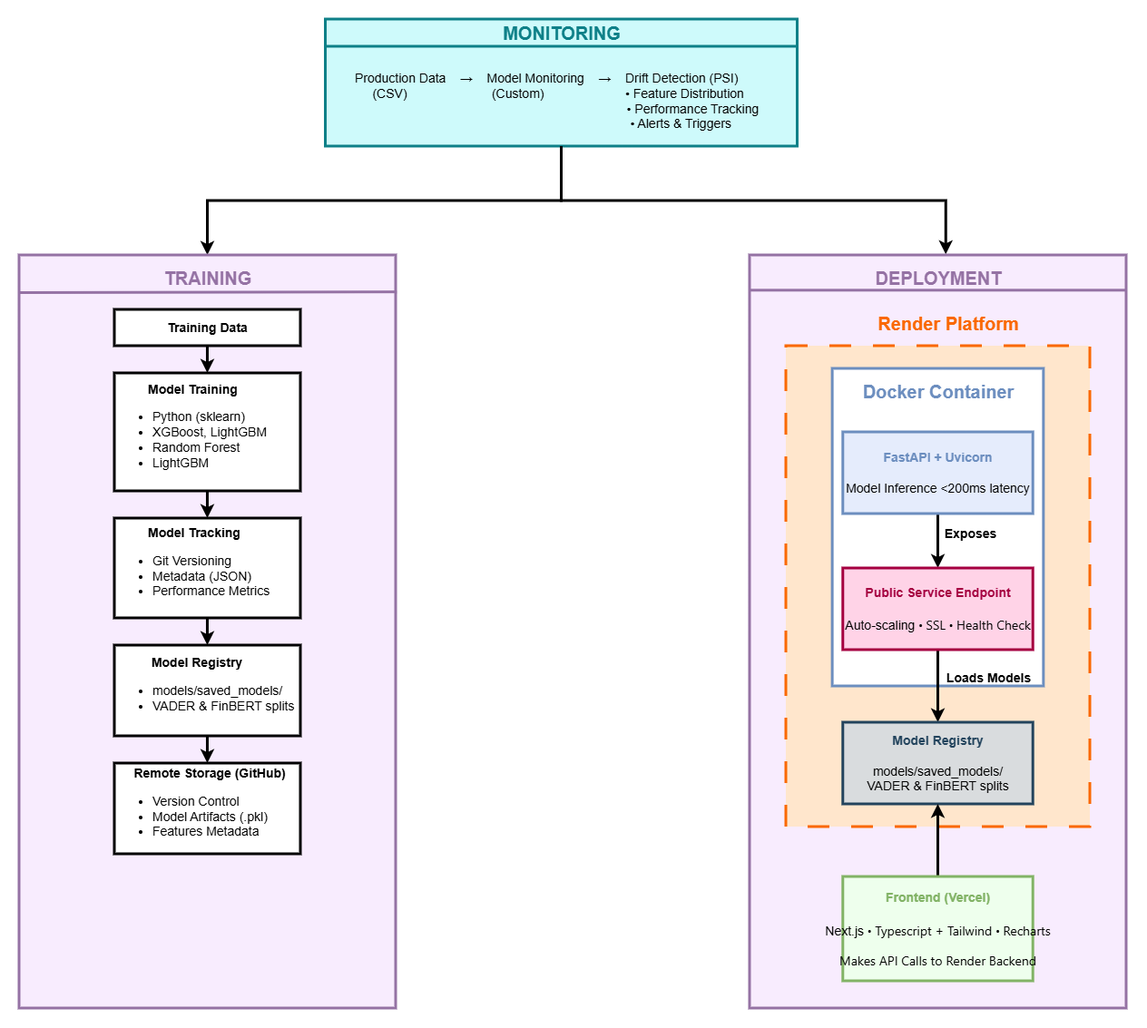
Before: assets/Full-MLOps-Stack.png, a diagram exported from draw.io (AhmedIsmailKhalid/Enhanced-News-Sentiment-Analysis-for-Bitcoin-Price-Prediction). Source tidied: cells renumbered, new cells last; positions are measured from the earlier drawing's top-left corner, leaving out a move shared by most shapes.
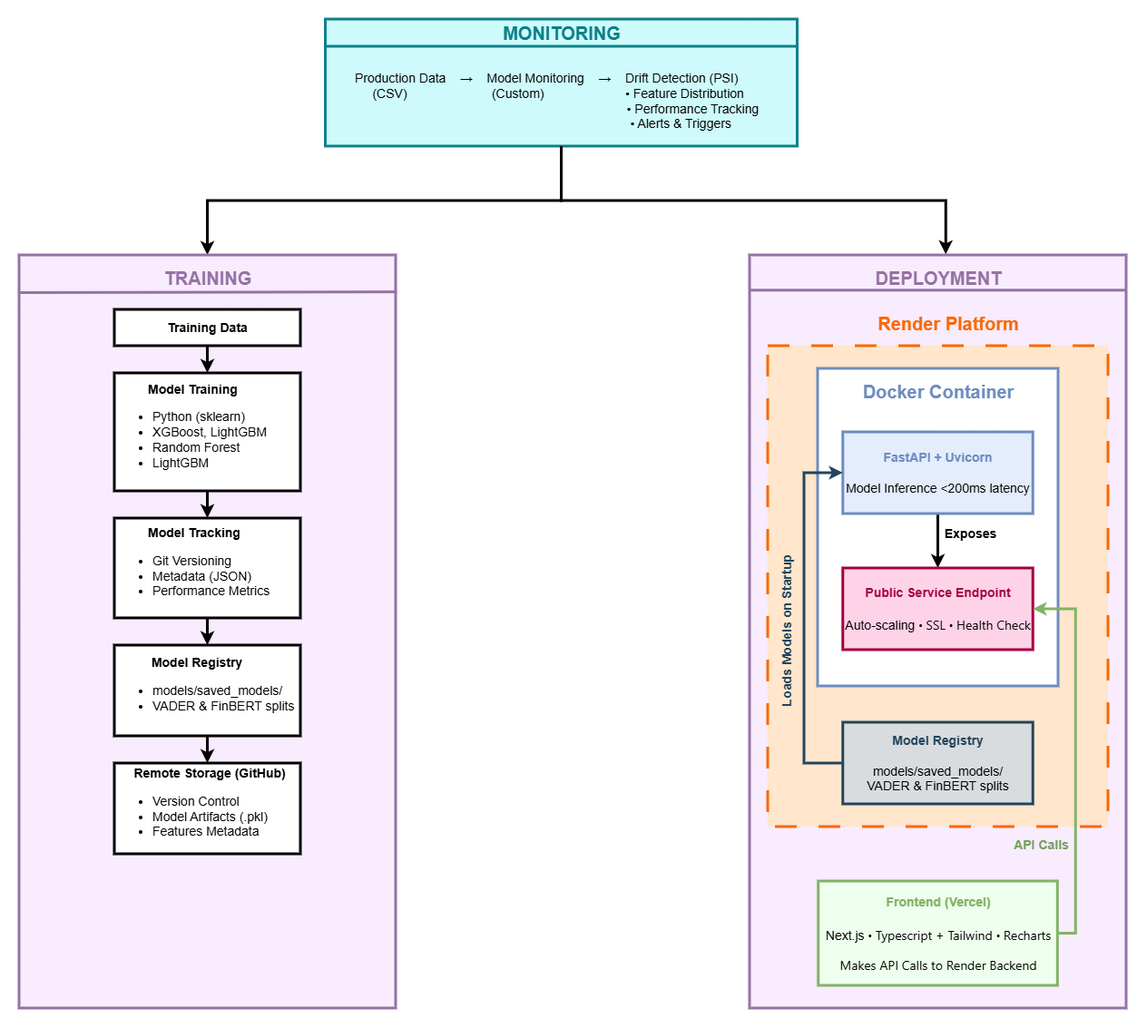
The same diagram one commit later.

The edit, as a diff of the source:
```diff
@@ -5,12 +5,12 @@
     <mxCell id="2" style="rounded=0;whiteSpace=wrap;html=1;strokeWidth=3;fillColor=#CEFAFB;strokeColor=#0E8088;" parent="1" vertex="1">
       <mxGeometry x="337.5" width="520" height="140" as="geometry" />
     </mxCell>
-    <mxCell id="3" style="endArrow=none;html=1;rounded=0;exitX=0;exitY=0.25;exitDx=0;exitDy=0;entryX=1;entryY=0.25;entryDx=0;entryDy=0;strokeWidth=3;strokeColor=#0E8088;fillColor=#dae8fc;fontColor=#0E8088;" parent="1" edge="1">
-      <mxGeometry relative="1" as="geometry">
-        <mxPoint x="337.5" y="30" as="sourcePoint" />
-        <mxPoint x="857.5" y="30" as="targetPoint" />
-      </mxGeometry>
-    </mxCell>
+    <mxCell id="40" style="endArrow=none;html=1;rounded=0;exitX=0;exitY=0.25;exitDx=0;exitDy=0;entryX=1;entryY=0.25;entryDx=0;entryDy=0;strokeWidth=3;strokeColor=#0E8088;fillColor=#dae8fc;fontColor=#0E8088;" parent="1" edge="1">
+      <mxGeometry relative="1" as="geometry">
+        <mxPoint x="337.5" y="30" as="sourcePoint" />
+        <mxPoint x="857.5" y="30" as="targetPoint" />
+      </mxGeometry>
+    </mxCell>
     <mxCell id="4" value="&lt;font&gt;MONITORING&lt;/font&gt;" style="text;html=1;whiteSpace=wrap;strokeColor=none;fillColor=none;align=center;verticalAlign=middle;rounded=0;fontSize=20;fontStyle=1;fontColor=#0E8088;" parent="1" vertex="1">
       <mxGeometry x="467.5" width="260" height="30" as="geometry" />
     </mxCell>
@@ -20,18 +20,18 @@
     <mxCell id="6" value="&lt;font style=&quot;font-size: 14px;&quot;&gt;Production Data&amp;nbsp; &amp;nbsp; →&amp;nbsp; &amp;nbsp; Model Monitoring&amp;nbsp; &amp;nbsp; →&amp;nbsp; &amp;nbsp; Drift Detection (PSI)&lt;/font&gt;&lt;div&gt;&lt;font style=&quot;font-size: 14px;&quot;&gt;&amp;nbsp; &amp;nbsp; &amp;nbsp;(CSV)&amp;nbsp; &amp;nbsp; &amp;nbsp; &amp;nbsp; &amp;nbsp; &amp;nbsp; &amp;nbsp; &amp;nbsp; &amp;nbsp; &amp;nbsp; &amp;nbsp; &amp;nbsp; (Custom)&amp;nbsp; &amp;nbsp; &amp;nbsp; &amp;nbsp; &amp;nbsp; &amp;nbsp; &amp;nbsp; &amp;nbsp; &amp;nbsp; &amp;nbsp; &amp;nbsp; &amp;nbsp;• Feature Distribution&lt;/font&gt;&lt;/div&gt;&lt;div&gt;&lt;font style=&quot;font-size: 14px;&quot;&gt;&amp;nbsp; &amp;nbsp; &amp;nbsp; &amp;nbsp; &amp;nbsp; &amp;nbsp; &amp;nbsp; &amp;nbsp; &amp;nbsp; &amp;nbsp; &amp;nbsp; &amp;nbsp; &amp;nbsp; &amp;nbsp; &amp;nbsp; &amp;nbsp; &amp;nbsp; &amp;nbsp; &amp;nbsp; &amp;nbsp; &amp;nbsp; &amp;nbsp; &amp;nbsp; &amp;nbsp; &amp;nbsp; &amp;nbsp; &amp;nbsp; &amp;nbsp; &amp;nbsp; &amp;nbsp; &amp;nbsp; &amp;nbsp; &amp;nbsp; &amp;nbsp; &amp;nbsp; &amp;nbsp; &amp;nbsp; &amp;nbsp; &amp;nbsp;• Performance Tracking&lt;br&gt;&amp;nbsp; &amp;nbsp; &amp;nbsp; &amp;nbsp; &amp;nbsp; &amp;nbsp; &amp;nbsp; &amp;nbsp; &amp;nbsp; &amp;nbsp; &amp;nbsp; &amp;nbsp; &amp;nbsp; &amp;nbsp; &amp;nbsp; &amp;nbsp; &amp;nbsp; &amp;nbsp; &amp;nbsp; &amp;nbsp; &amp;nbsp; &amp;nbsp; &amp;nbsp; &amp;nbsp; &amp;nbsp; &amp;nbsp; &amp;nbsp; &amp;nbsp; &amp;nbsp; &amp;nbsp; &amp;nbsp; &amp;nbsp; &amp;nbsp; &amp;nbsp; &amp;nbsp; &amp;nbsp; &amp;nbsp; &amp;nbsp; &amp;nbsp; • Alerts &amp;amp; Triggers&lt;/font&gt;&lt;/div&gt;" style="text;html=1;whiteSpace=wrap;strokeColor=none;fillColor=none;align=left;verticalAlign=middle;rounded=0;" parent="1" vertex="1">
       <mxGeometry x="367.5" y="40" width="460" height="100" as="geometry" />
     </mxCell>
-    <mxCell id="7" style="endArrow=none;html=1;rounded=0;exitX=0;exitY=0.25;exitDx=0;exitDy=0;entryX=1;entryY=0.25;entryDx=0;entryDy=0;" parent="1" edge="1" source="8" target="8">
-      <mxGeometry relative="1" as="geometry" />
-    </mxCell>
+    <mxCell id="41" style="endArrow=none;html=1;rounded=0;exitX=0;exitY=0.25;exitDx=0;exitDy=0;entryX=1;entryY=0.25;entryDx=0;entryDy=0;" parent="1" edge="1" source="8" target="8">
+      <mxGeometry relative="1" as="geometry" />
+    </mxCell>
     <mxCell id="8" style="rounded=0;whiteSpace=wrap;html=1;strokeWidth=3;fillColor=#F8ECFE;strokeColor=#9572A4;" parent="1" vertex="1">
       <mxGeometry y="260" width="415" height="830" as="geometry" />
     </mxCell>
     <mxCell id="9" value="&lt;font style=&quot;&quot;&gt;&lt;b style=&quot;&quot;&gt;TRAINING&lt;/b&gt;&lt;/font&gt;" style="text;html=1;whiteSpace=wrap;strokeColor=none;fillColor=none;align=center;verticalAlign=middle;rounded=0;fontSize=20;fontColor=#9572A4;" parent="1" vertex="1">
       <mxGeometry x="122.5" y="270" width="170" height="30" as="geometry" />
     </mxCell>
-    <mxCell id="10" style="endArrow=none;html=1;rounded=0;exitX=0.001;exitY=0.05;exitDx=0;exitDy=0;entryX=1.003;entryY=0.049;entryDx=0;entryDy=0;strokeWidth=3;strokeColor=#9572A4;exitPerimeter=0;entryPerimeter=0;flowAnimation=0;shadow=0;" parent="1" edge="1" source="8" target="8">
-      <mxGeometry relative="1" as="geometry" />
-    </mxCell>
+    <mxCell id="42" style="endArrow=none;html=1;rounded=0;exitX=0.001;exitY=0.05;exitDx=0;exitDy=0;entryX=1.003;entryY=0.049;entryDx=0;entryDy=0;strokeWidth=3;strokeColor=#9572A4;exitPerimeter=0;entryPerimeter=0;flowAnimation=0;shadow=0;" parent="1" edge="1" source="8" target="8">
+      <mxGeometry relative="1" as="geometry" />
+    </mxCell>
     <mxCell id="11" style="edgeStyle=orthogonalEdgeStyle;rounded=0;jettySize=auto;html=1;strokeWidth=3;" parent="1" edge="1" source="12" target="14">
       <mxGeometry relative="1" as="geometry" />
     </mxCell>
@@ -59,11 +59,11 @@
     <mxCell id="19" value="&amp;nbsp; &amp;nbsp; &amp;nbsp;&lt;b&gt;Remote Storage (GitHub)&lt;/b&gt;&lt;div&gt;&lt;ul&gt;&lt;li&gt;Version Control&lt;/li&gt;&lt;li&gt;&lt;span style=&quot;background-color: transparent; color: light-dark(rgb(0, 0, 0), rgb(255, 255, 255));&quot;&gt;Model Artifacts (.pkl)&lt;/span&gt;&lt;/li&gt;&lt;li&gt;&lt;span style=&quot;background-color: transparent; color: light-dark(rgb(0, 0, 0), rgb(255, 255, 255));&quot;&gt;Features Metadata&lt;/span&gt;&lt;/li&gt;&lt;/ul&gt;&lt;/div&gt;" style="rounded=0;whiteSpace=wrap;html=1;fontSize=14;align=left;strokeWidth=3;" parent="1" vertex="1">
       <mxGeometry x="105" y="820" width="205" height="100" as="geometry" />
     </mxCell>
-    <mxCell id="20" style="edgeStyle=orthogonalEdgeStyle;rounded=0;jettySize=auto;html=1;strokeWidth=3;" parent="1" edge="1" target="x">
-      <mxGeometry relative="1" as="geometry">
-        <mxPoint x="777.5" y="730" as="sourcePoint" />
-      </mxGeometry>
-    </mxCell>
+    <mxCell id="43" style="edgeStyle=orthogonalEdgeStyle;rounded=0;orthogonalLoop=1;jettySize=auto;html=1;strokeWidth=3;" parent="1" edge="1">
+      <mxGeometry relative="1" as="geometry">
+        <mxPoint x="777.5" y="730" as="sourcePoint" />
+      </mxGeometry>
+    </mxCell>
     <mxCell id="21" style="edgeStyle=orthogonalEdgeStyle;rounded=0;jettySize=auto;html=1;exitX=0.5;exitY=1;exitDx=0;exitDy=0;entryX=0.521;entryY=-0.001;entryDx=0;entryDy=0;entryPerimeter=0;strokeWidth=3;" parent="1" edge="1" source="6" target="24">
       <mxGeometry relative="1" as="geometry" />
     </mxCell>
@@ -79,18 +79,18 @@
     <mxCell id="25" value="&lt;b&gt;DEPLOYMENT&lt;/b&gt;" style="text;html=1;whiteSpace=wrap;strokeColor=none;fillColor=none;align=center;verticalAlign=middle;rounded=0;fontSize=20;fontColor=#9572A4;" parent="22" vertex="1">
       <mxGeometry x="83.7" y="10" width="247.5" height="30" as="geometry" />
     </mxCell>
-    <mxCell id="26" style="endArrow=none;html=1;rounded=0;exitX=0;exitY=0.25;exitDx=0;exitDy=0;entryX=1;entryY=0.25;entryDx=0;entryDy=0;strokeWidth=3;strokeColor=#9572A4;" parent="22" edge="1">
-      <mxGeometry relative="1" as="geometry">
-        <mxPoint y="38.8" as="sourcePoint" />
-        <mxPoint x="415" y="38.8" as="targetPoint" />
-      </mxGeometry>
-    </mxCell>
-    <mxCell id="27" style="rounded=0;whiteSpace=wrap;html=1;dashed=1;dashPattern=8 8;fillColor=#ffe6cc;strokeColor=#FA6800;strokeWidth=3;" parent="22" vertex="1">
-      <mxGeometry x="40" y="100" width="335" height="530" as="geometry" />
-    </mxCell>
-    <mxCell id="28" style="rounded=0;whiteSpace=wrap;html=1;fillColor=#FFFFFF;strokeColor=#6c8ebf;strokeWidth=3;" parent="22" vertex="1">
-      <mxGeometry x="91.1" y="125" width="232.7" height="350" as="geometry" />
-    </mxCell>
+    <mxCell id="44" style="endArrow=none;html=1;rounded=0;exitX=0;exitY=0.25;exitDx=0;exitDy=0;entryX=1;entryY=0.25;entryDx=0;entryDy=0;strokeWidth=3;strokeColor=#9572A4;" parent="22" edge="1">
+      <mxGeometry relative="1" as="geometry">
+        <mxPoint y="38.8" as="sourcePoint" />
+        <mxPoint x="415" y="38.8" as="targetPoint" />
+      </mxGeometry>
+    </mxCell>
+    <mxCell id="45" style="rounded=0;whiteSpace=wrap;html=1;dashed=1;dashPattern=8 8;fillColor=#ffe6cc;strokeColor=#FA6800;strokeWidth=3;" parent="22" vertex="1">
+      <mxGeometry x="20" y="100" width="375" height="530" as="geometry" />
+    </mxCell>
+    <mxCell id="46" style="rounded=0;whiteSpace=wrap;html=1;fillColor=#FFFFFF;strokeColor=#6c8ebf;strokeWidth=3;" parent="22" vertex="1">
+      <mxGeometry x="75" y="125" width="265" height="350" as="geometry" />
+    </mxCell>
     <mxCell id="29" value="&lt;font color=&quot;#6c8ebf&quot;&gt;Docker Container&lt;/font&gt;" style="text;html=1;whiteSpace=wrap;strokeColor=none;fillColor=none;align=center;verticalAlign=middle;rounded=0;fontSize=20;fontStyle=1;" parent="22" vertex="1">
       <mxGeometry x="106.7" y="135" width="201.7" height="30" as="geometry" />
     </mxCell>
@@ -105,28 +105,38 @@
     <mxCell id="32" value="&lt;font style=&quot;font-size: 14px; color: rgb(108, 142, 191);&quot;&gt;&lt;b style=&quot;&quot;&gt;FastAPI + Uvicorn&lt;/b&gt;&lt;/font&gt;&lt;div&gt;&lt;font style=&quot;font-size: 14px;&quot;&gt;&lt;b style=&quot;&quot;&gt;&lt;br&gt;&lt;/b&gt;&lt;/font&gt;&lt;/div&gt;&lt;div&gt;&lt;font style=&quot;font-size: 14px;&quot;&gt;Model Inference &amp;lt;200ms latency&lt;/font&gt;&lt;/div&gt;" style="rounded=0;whiteSpace=wrap;html=1;fillColor=#E5ECFC;strokeWidth=3;strokeColor=#6C8EBF;" parent="22" vertex="1">
       <mxGeometry x="102.8" y="195" width="209.4" height="90" as="geometry" />
     </mxCell>
-    <mxCell id="33" style="edgeStyle=orthogonalEdgeStyle;rounded=0;jettySize=auto;html=1;strokeWidth=3;" parent="22" edge="1" source="35" target="37">
-      <mxGeometry relative="1" as="geometry" />
-    </mxCell>
-    <mxCell id="34" value="Loads Models" style="edgeLabel;html=1;align=center;verticalAlign=middle;labelBackgroundColor=none;fontSize=14;fontStyle=1;" parent="33" vertex="1">
-      <mxGeometry x="-0.36" relative="1" as="geometry">
-        <mxPoint x="55" y="5" as="offset" />
-      </mxGeometry>
-    </mxCell>
     <mxCell id="35" value="&lt;font style=&quot;font-size: 14px; color: rgb(165, 0, 64);&quot;&gt;&lt;b style=&quot;&quot;&gt;Public Service Endpoint&lt;/b&gt;&lt;/font&gt;&lt;div&gt;&lt;font style=&quot;font-size: 14px;&quot;&gt;&lt;b style=&quot;&quot;&gt;&lt;br&gt;&lt;/b&gt;&lt;/font&gt;&lt;/div&gt;&lt;div&gt;&lt;font style=&quot;font-size: 14px;&quot;&gt;Auto-scaling&amp;nbsp;&lt;/font&gt;&lt;span style=&quot;font-family: &amp;quot;Anthropic Sans&amp;quot;, -apple-system, BlinkMacSystemFont, &amp;quot;Segoe UI&amp;quot;, sans-serif; text-align: start; text-wrap-mode: nowrap; background-color: transparent; color: light-dark(rgb(0, 0, 0), rgb(255, 255, 255));&quot;&gt;&lt;font style=&quot;&quot;&gt;&lt;b style=&quot;font-size: 16px;&quot;&gt;·&lt;/b&gt;&lt;font style=&quot;font-size: 14px;&quot;&gt; SSL&amp;nbsp;&lt;/font&gt;&lt;/font&gt;&lt;/span&gt;&lt;span style=&quot;font-family: &amp;quot;Anthropic Sans&amp;quot;, -apple-system, BlinkMacSystemFont, &amp;quot;Segoe UI&amp;quot;, sans-serif; text-align: start; text-wrap-mode: nowrap; background-color: transparent; color: light-dark(rgb(0, 0, 0), rgb(255, 255, 255));&quot;&gt;&lt;font style=&quot;&quot;&gt;&lt;b style=&quot;&quot;&gt;&lt;span style=&quot;font-size: 16px;&quot;&gt;·&lt;/span&gt;&lt;font style=&quot;font-size: 14px;&quot;&gt; &lt;/font&gt;&lt;/b&gt;&lt;font style=&quot;font-size: 14px;&quot;&gt;Health Check&lt;/font&gt;&lt;/font&gt;&lt;/span&gt;&lt;/div&gt;" style="rounded=0;whiteSpace=wrap;html=1;fillColor=#FFD3E7;strokeWidth=3;strokeColor=#A50040;" parent="22" vertex="1">
       <mxGeometry x="102.8" y="345" width="209.4" height="90" as="geometry" />
     </mxCell>
     <mxCell id="36" value="&lt;font style=&quot;color: rgb(250, 104, 0);&quot;&gt;Render Platform&lt;/font&gt;" style="text;html=1;whiteSpace=wrap;strokeColor=none;fillColor=none;align=center;verticalAlign=middle;rounded=0;fontSize=20;fontStyle=1;" parent="22" vertex="1">
       <mxGeometry x="118.3" y="60" width="201.7" height="30" as="geometry" />
     </mxCell>
+    <mxCell id="47" style="edgeStyle=orthogonalEdgeStyle;rounded=0;jettySize=auto;html=1;exitX=0;exitY=0.5;exitDx=0;exitDy=0;entryX=0;entryY=0.5;entryDx=0;entryDy=0;strokeWidth=3;strokeColor=#23445D;" parent="22" edge="1" source="37" target="32">
+      <mxGeometry relative="1" as="geometry">
+        <Array as="points">
+          <mxPoint x="60" y="560" />
+          <mxPoint x="60" y="240" />
+        </Array>
+      </mxGeometry>
+    </mxCell>
+    <mxCell id="48" value="Loads Models on Startup" style="edgeLabel;html=1;align=center;verticalAlign=middle;fontSize=14;labelBackgroundColor=none;rotation=270;fontStyle=1;fontColor=#23445D;" parent="47" vertex="1">
+      <mxGeometry x="-0.08" y="-2" relative="1" as="geometry">
+        <mxPoint x="-22" y="-1" as="offset" />
+      </mxGeometry>
+    </mxCell>
     <mxCell id="37" value="&lt;font style=&quot;font-size: 14px; color: rgb(35, 68, 93);&quot;&gt;&lt;b style=&quot;&quot;&gt;Model Registry&lt;/b&gt;&lt;/font&gt;&lt;div&gt;&lt;font style=&quot;font-size: 14px;&quot;&gt;&lt;b style=&quot;&quot;&gt;&lt;br&gt;&lt;/b&gt;&lt;/font&gt;&lt;/div&gt;&lt;div&gt;&lt;font style=&quot;&quot;&gt;&lt;span style=&quot;font-size: 14px;&quot;&gt;models/saved_models/&lt;/span&gt;&lt;br&gt;&lt;span style=&quot;font-size: 14px;&quot;&gt;VADER &amp;amp; FinBERT splits&lt;/span&gt;&lt;/font&gt;&lt;/div&gt;" style="rounded=0;whiteSpace=wrap;html=1;fillColor=#D9DCDE;strokeWidth=3;strokeColor=#23445D;" parent="22" vertex="1">
       <mxGeometry x="102.8" y="515" width="209.4" height="90" as="geometry" />
     </mxCell>
-    <mxCell id="38" style="edgeStyle=orthogonalEdgeStyle;rounded=0;jettySize=auto;html=1;entryX=0.5;entryY=1;entryDx=0;entryDy=0;strokeWidth=3;" parent="22" edge="1" source="39" target="37">
-      <mxGeometry relative="1" as="geometry" />
-    </mxCell>
+    <mxCell id="49" style="edgeStyle=orthogonalEdgeStyle;rounded=0;jettySize=auto;html=1;exitX=1;exitY=0.5;exitDx=0;exitDy=0;entryX=1;entryY=0.5;entryDx=0;entryDy=0;strokeWidth=3;strokeColor=#82B366;" parent="22" edge="1" source="39" target="35">
+      <mxGeometry relative="1" as="geometry" />
+    </mxCell>
+    <mxCell id="50" value="API Calls" style="edgeLabel;html=1;align=center;verticalAlign=middle;fontSize=14;fontStyle=1;labelBackgroundColor=none;fontColor=#75A25C;rotation=0;" parent="49" vertex="1">
+      <mxGeometry x="-0.1" y="-1" relative="1" as="geometry">
+        <mxPoint x="-40" y="72" as="offset" />
+      </mxGeometry>
+    </mxCell>
     <mxCell id="39" value="&lt;font style=&quot;font-size: 14px; color: rgb(130, 179, 102);&quot;&gt;&lt;b style=&quot;&quot;&gt;Frontend (Vercel)&lt;/b&gt;&lt;/font&gt;&lt;div&gt;&lt;font style=&quot;font-size: 14px;&quot;&gt;&lt;b style=&quot;&quot;&gt;&lt;br&gt;&lt;/b&gt;&lt;/font&gt;&lt;/div&gt;&lt;div&gt;&lt;font style=&quot;font-size: 14px;&quot;&gt;Next.js&amp;nbsp;&lt;/font&gt;&lt;span style=&quot;font-family: &amp;quot;Anthropic Sans&amp;quot;, -apple-system, BlinkMacSystemFont, &amp;quot;Segoe UI&amp;quot;, sans-serif; text-align: start; text-wrap-mode: nowrap; background-color: transparent; color: light-dark(rgb(0, 0, 0), rgb(255, 255, 255));&quot;&gt;&lt;font style=&quot;&quot;&gt;&lt;b style=&quot;font-size: 16px;&quot;&gt;·&lt;/b&gt;&lt;font style=&quot;font-size: 14px;&quot;&gt; Typescript + Tailwind&amp;nbsp;&lt;/font&gt;&lt;/font&gt;&lt;/span&gt;&lt;span style=&quot;font-family: &amp;quot;Anthropic Sans&amp;quot;, -apple-system, BlinkMacSystemFont, &amp;quot;Segoe UI&amp;quot;, sans-serif; text-align: start; text-wrap-mode: nowrap; background-color: transparent; color: light-dark(rgb(0, 0, 0), rgb(255, 255, 255));&quot;&gt;&lt;font style=&quot;&quot;&gt;&lt;b style=&quot;&quot;&gt;&lt;span style=&quot;font-size: 16px;&quot;&gt;·&lt;/span&gt;&lt;font style=&quot;font-size: 14px;&quot;&gt; &lt;/font&gt;&lt;/b&gt;&lt;font style=&quot;font-size: 14px;&quot;&gt;Recharts&lt;/font&gt;&lt;/font&gt;&lt;/span&gt;&lt;/div&gt;&lt;div&gt;&lt;span style=&quot;font-family: &amp;quot;Anthropic Sans&amp;quot;, -apple-system, BlinkMacSystemFont, &amp;quot;Segoe UI&amp;quot;, sans-serif; text-align: start; text-wrap-mode: nowrap; background-color: transparent; color: light-dark(rgb(0, 0, 0), rgb(255, 255, 255));&quot;&gt;&lt;font style=&quot;&quot;&gt;&lt;font style=&quot;font-size: 14px;&quot;&gt;&lt;br&gt;&lt;/font&gt;&lt;/font&gt;&lt;/span&gt;&lt;/div&gt;&lt;div&gt;&lt;span style=&quot;font-family: &amp;quot;Anthropic Sans&amp;quot;, -apple-system, BlinkMacSystemFont, &amp;quot;Segoe UI&amp;quot;, sans-serif; text-align: start; text-wrap-mode: nowrap; background-color: transparent; color: light-dark(rgb(0, 0, 0), rgb(255, 255, 255));&quot;&gt;&lt;font style=&quot;&quot;&gt;&lt;font style=&quot;font-size: 14px;&quot;&gt;Makes API Calls to Render Backend&lt;/font&gt;&lt;/font&gt;&lt;/span&gt;&lt;/div&gt;" style="rounded=0;whiteSpace=wrap;html=1;fillColor=#EEFFED;strokeWidth=3;strokeColor=#82B366;" parent="22" vertex="1">
-      <mxGeometry x="102.8" y="685" width="209.4" height="115" as="geometry" />
+      <mxGeometry x="75.7" y="690" width="263.6" height="115" as="geometry" />
     </mxCell>
   </root>
 </mxGraphModel>
```
